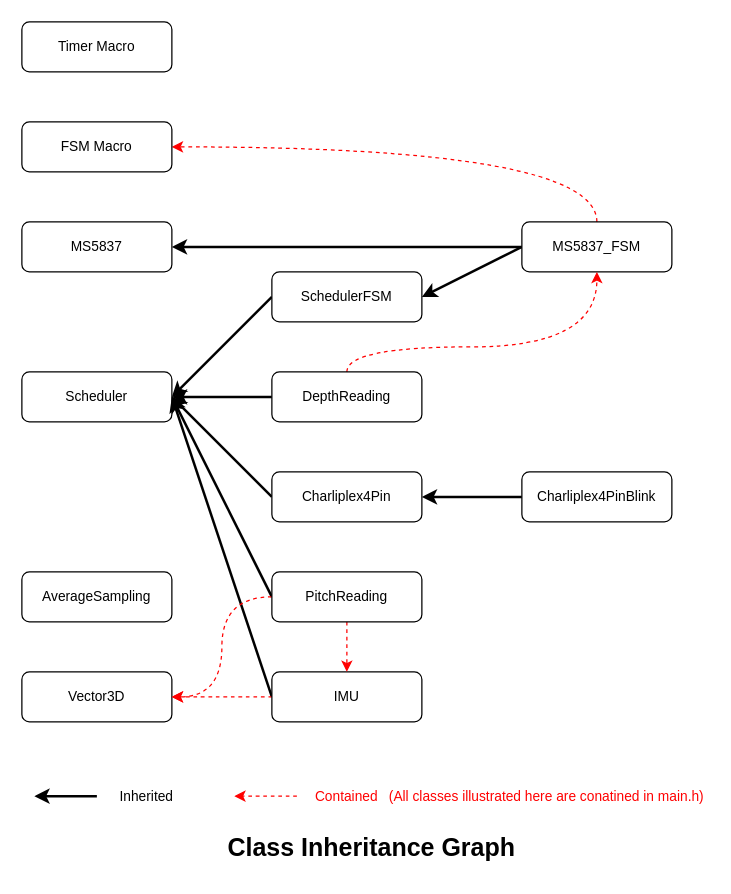
Above: Electronic System/LTS/Diagram/Dependency and Inheriance.drawio in UW-Human-Powered-Submarine/UW-HPS-Electronics-24-25 (draw.io), before the change. Source tidied: cells renumbered, new cells numbered last; positions are measured from the earlier drawing's top-left corner, leaving out a move shared by most shapes. Both pictures are drawn from the tidied source at 125%, with x=0, y=0 at pixel (21, 21).
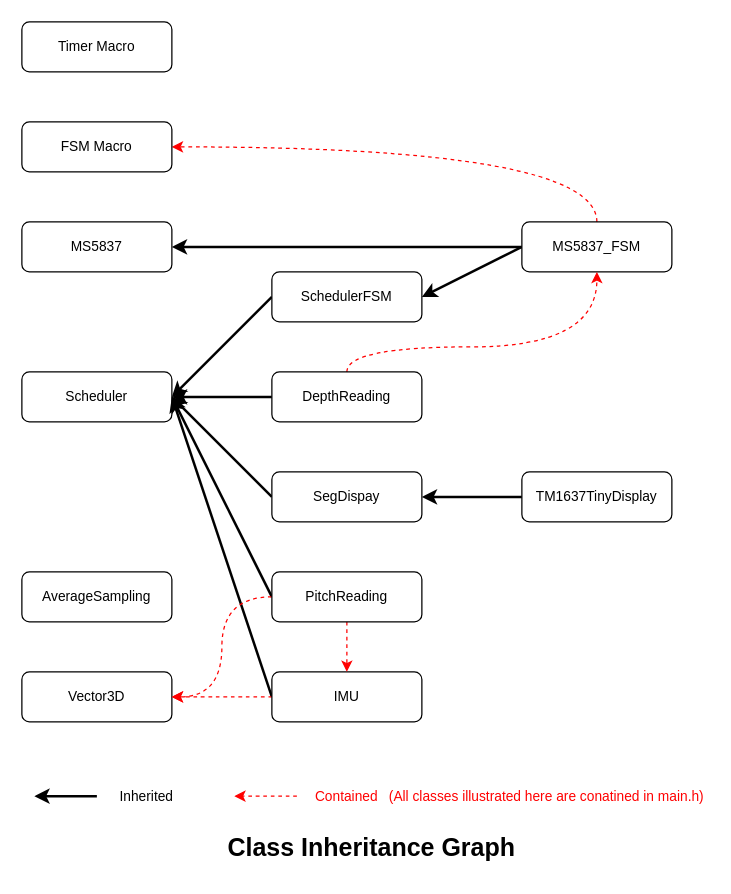
The same page after the edit.

Change to the diagram source:
```diff
@@
-    <mxCell id="7" value="Charliplex4Pin" style="rounded=1;whiteSpace=wrap;html=1;fontFamily=Helvetica;fontSize=11;fontColor=default;labelBackgroundColor=default;" parent="1" vertex="1">
+    <mxCell id="7" value="SegDispay" style="rounded=1;whiteSpace=wrap;html=1;fontFamily=Helvetica;fontSize=11;fontColor=default;labelBackgroundColor=default;" parent="1" vertex="1">
       <mxGeometry x="200" y="360" width="120" height="40" as="geometry" />
     </mxCell>
@@
-    <mxCell id="9" value="Charliplex4PinBlink" style="rounded=1;whiteSpace=wrap;html=1;fontFamily=Helvetica;fontSize=11;fontColor=default;labelBackgroundColor=default;" parent="1" vertex="1">
+    <mxCell id="9" value="TM1637TinyDisplay" style="rounded=1;whiteSpace=wrap;html=1;fontFamily=Helvetica;fontSize=11;fontColor=default;labelBackgroundColor=default;" parent="1" vertex="1">
       <mxGeometry x="400" y="360" width="120" height="40" as="geometry" />
     </mxCell>
```
